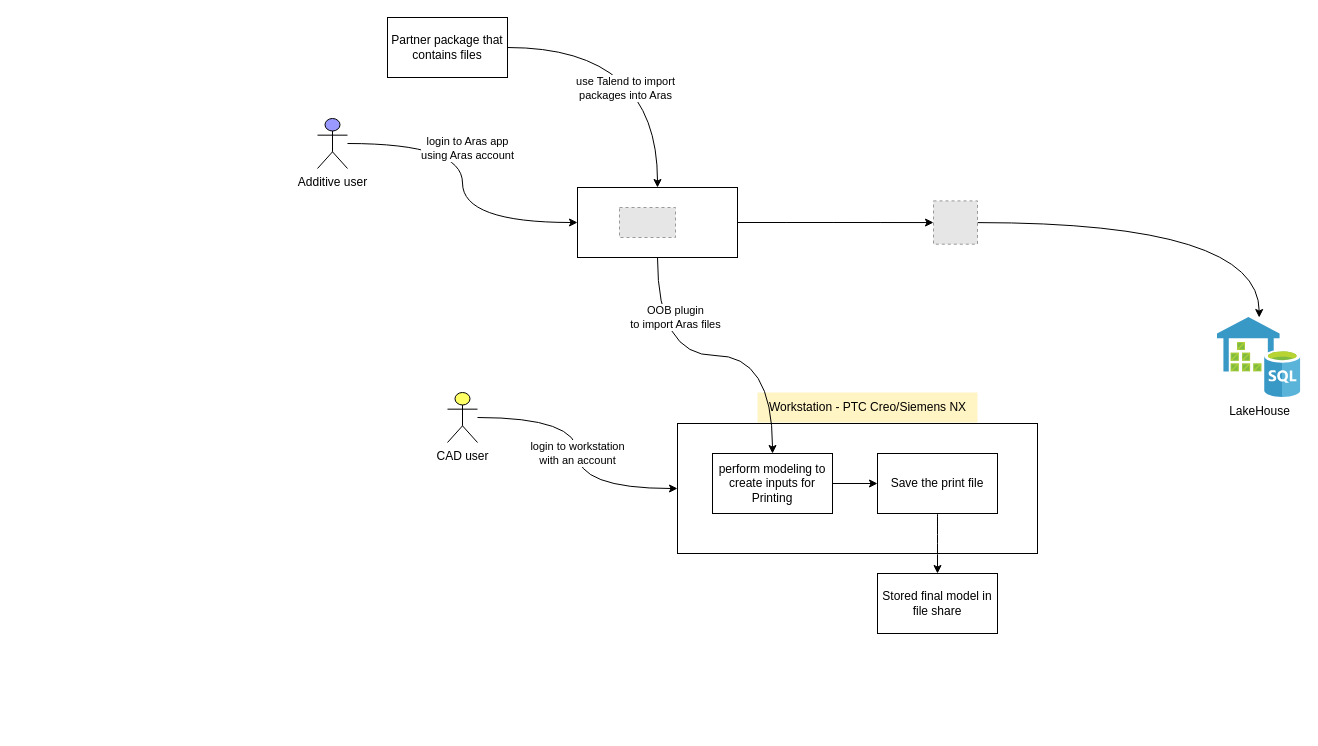
Above: page "RGBSI - DSP" (4 of 4) of Ibex - 2.drawio in coolsharepoint/Test (draw.io), before the change. Source tidied: cells renumbered, new cells numbered last; positions are measured from the earlier drawing's top-left corner, leaving out a move shared by most shapes. Both pictures are drawn from the tidied source at 100%, with x=0, y=0 at pixel (317, 17). Pictures stored in the file or linked from it are replaced by grey dashed boxes.
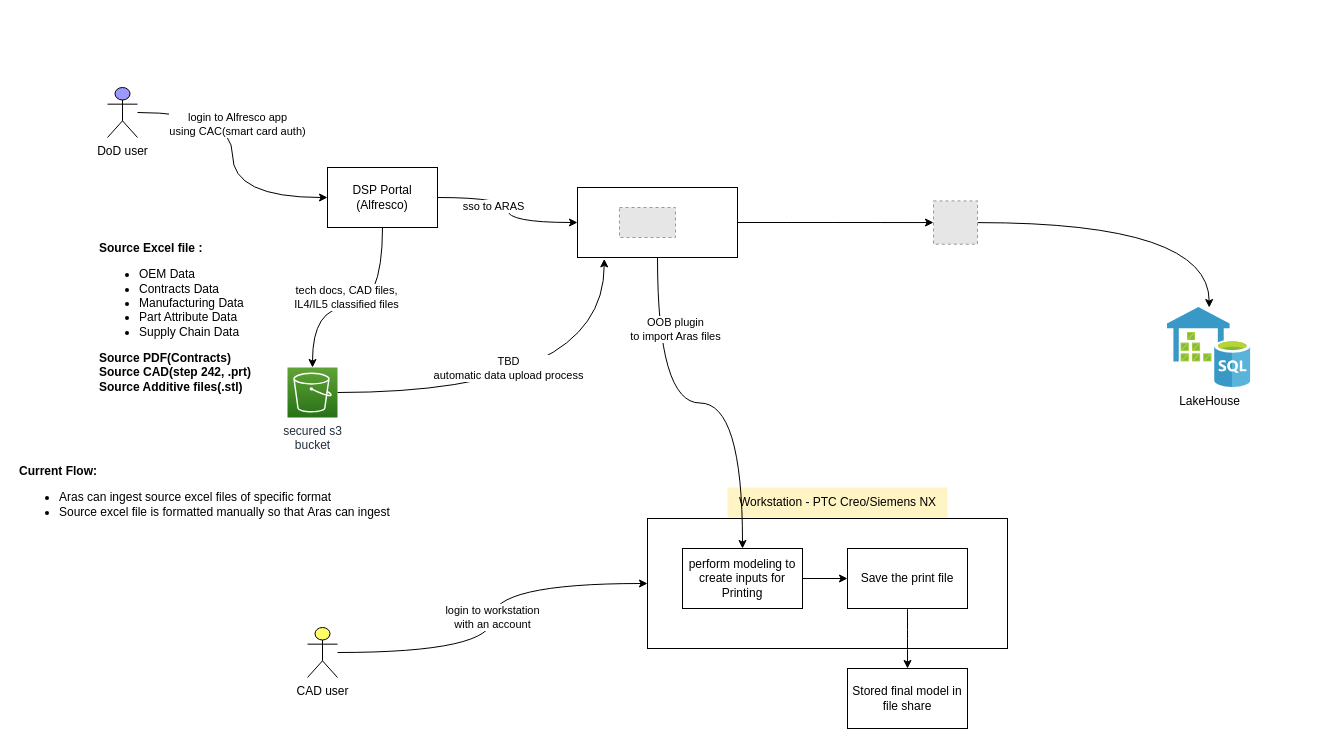
The same diagram, later.

Unchanged cells that the change refers to:
```xml
<mxCell id="12" style="rounded=0;whiteSpace=wrap;html=1;" parent="1" vertex="1">
  <mxGeometry x="260" y="170" width="160" height="70" as="geometry" />
</mxCell>
```

Diff of the diagram source:
```diff
@@
     <mxCell id="3" value="CAD user" style="shape=umlActor;verticalLabelPosition=bottom;verticalAlign=top;html=1;outlineConnect=0;fillColor=#FFFF66;" parent="1" vertex="1">
-      <mxGeometry x="130" y="375" width="30" height="50" as="geometry" />
+      <mxGeometry x="-10" y="610" width="30" height="50" as="geometry" />
     </mxCell>
     <mxCell id="4" style="rounded=0;whiteSpace=wrap;html=1;align=center;" parent="1" vertex="1">
-      <mxGeometry x="360" y="406" width="360" height="130" as="geometry" />
+      <mxGeometry x="330" y="501" width="360" height="130" as="geometry" />
     </mxCell>
@@
     <mxCell id="6" value="perform modeling to create inputs for Printing" style="rounded=0;whiteSpace=wrap;html=1;" parent="1" vertex="1">
-      <mxGeometry x="395" y="436" width="120" height="60" as="geometry" />
+      <mxGeometry x="365" y="531" width="120" height="60" as="geometry" />
     </mxCell>
     <mxCell id="7" value="Workstation - PTC Creo/Siemens NX" style="text;html=1;align=center;verticalAlign=middle;strokeColor=none;fillColor=#FFF4C3;" parent="1" vertex="1">
-      <mxGeometry x="440" y="375" width="220" height="30" as="geometry" />
+      <mxGeometry x="410" y="470" width="220" height="30" as="geometry" />
     </mxCell>
@@
     <mxCell id="9" value="Save the print file" style="whiteSpace=wrap;html=1;rounded=0;" parent="1" vertex="1">
-      <mxGeometry x="560" y="436" width="120" height="60" as="geometry" />
+      <mxGeometry x="530" y="531" width="120" height="60" as="geometry" />
     </mxCell>
     <mxCell id="10" value="Stored final model in file share" style="whiteSpace=wrap;html=1;rounded=0;" parent="1" vertex="1">
-      <mxGeometry x="560" y="556" width="120" height="60" as="geometry" />
+      <mxGeometry x="530" y="651" width="120" height="60" as="geometry" />
     </mxCell>
@@
-    <mxCell id="13" style="edgeStyle=orthogonalEdgeStyle;rounded=0;jettySize=auto;html=1;curved=1;entryX=0.5;entryY=0;entryDx=0;entryDy=0;" parent="1" edge="1" source="15" target="12">
-      <mxGeometry relative="1" as="geometry" />
-    </mxCell>
-    <mxCell id="14" value="use Talend to import &lt;br&gt;packages into Aras" style="edgeLabel;html=1;align=center;verticalAlign=middle;" parent="13" vertex="1">
-      <mxGeometry x="-0.36" y="-4" relative="1" as="geometry">
-        <mxPoint x="24" y="36" as="offset" />
-      </mxGeometry>
-    </mxCell>
-    <mxCell id="15" value="Partner package that contains files" style="rounded=0;whiteSpace=wrap;html=1;" parent="1" vertex="1">
-      <mxGeometry x="70" width="120" height="60" as="geometry" />
-    </mxCell>
@@
-    <mxCell id="18" style="edgeStyle=orthogonalEdgeStyle;rounded=0;jettySize=auto;html=1;entryX=0;entryY=0.5;entryDx=0;entryDy=0;curved=1;" parent="1" edge="1" source="20" target="12">
+    <mxCell id="18" style="edgeStyle=orthogonalEdgeStyle;rounded=0;jettySize=auto;html=1;entryX=0;entryY=0.5;entryDx=0;entryDy=0;curved=1;" parent="1" edge="1" source="20" target="28">
       <mxGeometry relative="1" as="geometry" />
     </mxCell>
-    <mxCell id="19" value="login to Aras app &lt;br&gt;using Aras account" style="edgeLabel;html=1;align=center;verticalAlign=middle;" parent="18" vertex="1">
+    <mxCell id="19" value="login to Alfresco app &lt;br&gt;using CAC(smart card auth)" style="edgeLabel;html=1;align=center;verticalAlign=middle;" parent="18" vertex="1">
       <mxGeometry x="-0.23" y="-9" relative="1" as="geometry">
         <mxPoint x="13" as="offset" />
       </mxGeometry>
     </mxCell>
-    <mxCell id="20" value="Additive user" style="shape=umlActor;verticalLabelPosition=bottom;verticalAlign=top;html=1;outlineConnect=0;fillColor=#9999FF;" parent="1" vertex="1">
-      <mxGeometry y="101" width="30" height="50" as="geometry" />
+    <mxCell id="20" value="DoD user" style="shape=umlActor;verticalLabelPosition=bottom;verticalAlign=top;html=1;outlineConnect=0;fillColor=#9999FF;" parent="1" vertex="1">
+      <mxGeometry x="-210" y="70" width="30" height="50" as="geometry" />
     </mxCell>
@@
     <mxCell id="22" value="LakeHouse" style="image;sketch=0;html=1;points=[];align=center;fontSize=12;image=img/lib/mscae/SQL_DataWarehouse.svg;" parent="1" vertex="1">
-      <mxGeometry x="900" y="300" width="83.3" height="80" as="geometry" />
+      <mxGeometry x="850" y="290" width="83.3" height="80" as="geometry" />
     </mxCell>
@@
+    <mxCell id="25" style="edgeStyle=orthogonalEdgeStyle;rounded=0;jettySize=auto;html=1;entryX=0;entryY=0.5;entryDx=0;entryDy=0;curved=1;" parent="1" edge="1" source="28" target="12">
+      <mxGeometry relative="1" as="geometry" />
+    </mxCell>
+    <mxCell id="26" value="sso to ARAS" style="edgeLabel;html=1;align=center;verticalAlign=middle;" parent="25" vertex="1">
+      <mxGeometry x="-0.33" y="-8" relative="1" as="geometry" />
+    </mxCell>
+    <mxCell id="27" value="tech docs, CAD files, &lt;br&gt;IL4/IL5 classified files" style="edgeStyle=orthogonalEdgeStyle;rounded=0;jettySize=auto;html=1;entryX=0.5;entryY=0;entryDx=0;entryDy=0;entryPerimeter=0;curved=1;" parent="1" edge="1" source="28" target="31">
+      <mxGeometry x="0.1" y="-10" relative="1" as="geometry">
+        <Array as="points">
+          <mxPoint x="65" y="290" />
+          <mxPoint x="-5" y="290" />
+        </Array>
+      </mxGeometry>
+    </mxCell>
+    <mxCell id="28" value="DSP Portal&lt;br&gt;(Alfresco)" style="rounded=0;whiteSpace=wrap;html=1;" parent="1" vertex="1">
+      <mxGeometry x="10" y="150" width="110" height="60" as="geometry" />
+    </mxCell>
+    <mxCell id="29" style="edgeStyle=orthogonalEdgeStyle;rounded=0;jettySize=auto;html=1;entryX=0.167;entryY=1.02;entryDx=0;entryDy=0;entryPerimeter=0;curved=1;" parent="1" edge="1" source="31" target="12">
+      <mxGeometry relative="1" as="geometry" />
+    </mxCell>
+    <mxCell id="30" value="TBD&lt;br&gt;automatic data upload process" style="edgeLabel;html=1;align=center;verticalAlign=middle;" parent="29" vertex="1">
+      <mxGeometry x="-0.24" y="18" relative="1" as="geometry">
+        <mxPoint x="18" y="-7" as="offset" />
+      </mxGeometry>
+    </mxCell>
+    <mxCell id="31" value="secured s3 &lt;br&gt;bucket" style="sketch=0;points=[[0,0,0],[0.25,0,0],[0.5,0,0],[0.75,0,0],[1,0,0],[0,1,0],[0.25,1,0],[0.5,1,0],[0.75,1,0],[1,1,0],[0,0.25,0],[0,0.5,0],[0,0.75,0],[1,0.25,0],[1,0.5,0],[1,0.75,0]];outlineConnect=0;fontColor=#232F3E;gradientColor=#60A337;gradientDirection=north;fillColor=#277116;strokeColor=#ffffff;dashed=0;verticalLabelPosition=bottom;verticalAlign=top;align=center;html=1;fontSize=12;fontStyle=0;shape=mxgraph.aws4.resourceIcon;resIcon=mxgraph.aws4.s3;" parent="1" vertex="1">
+      <mxGeometry x="-30" y="350" width="50" height="50" as="geometry" />
+    </mxCell>
+    <mxCell id="32" value="&lt;b&gt;Source Excel file : &lt;/b&gt;&lt;br&gt;&lt;ul&gt;&lt;li&gt;OEM Data&lt;/li&gt;&lt;li&gt;Contracts Data&lt;/li&gt;&lt;li&gt;Manufacturing Data&lt;/li&gt;&lt;li&gt;Part Attribute Data&lt;/li&gt;&lt;li&gt;Supply Chain Data&lt;/li&gt;&lt;/ul&gt;&lt;div&gt;&lt;b&gt;Source PDF(Contracts)&lt;/b&gt;&lt;/div&gt;&lt;div&gt;&lt;b&gt;Source CAD(step 242, .prt)&lt;/b&gt;&lt;/div&gt;&lt;div&gt;&lt;b&gt;Source Additive files(.stl)&lt;/b&gt;&lt;/div&gt;" style="text;html=1;align=left;verticalAlign=middle;strokeColor=none;fillColor=none;" parent="1" vertex="1">
+      <mxGeometry x="-220" y="215" width="180" height="170" as="geometry" />
+    </mxCell>
+    <mxCell id="33" value="&lt;b&gt;Current Flow:&lt;/b&gt;&lt;br style=&quot;border-color: var(--border-color);&quot;&gt;&lt;ul&gt;&lt;li&gt;&lt;span style=&quot;&quot;&gt;Aras can ingest source excel files&amp;nbsp;&lt;/span&gt;of specific format&lt;/li&gt;&lt;li&gt;&lt;span style=&quot;&quot;&gt;Source excel file is formatted manually so that&amp;nbsp;&lt;/span&gt;Aras can ingest&lt;/li&gt;&lt;/ul&gt;" style="text;html=1;align=left;verticalAlign=middle;strokeColor=none;fillColor=none;" parent="1" vertex="1">
+      <mxGeometry x="-300" y="440" width="390" height="80" as="geometry" />
+    </mxCell>
```
